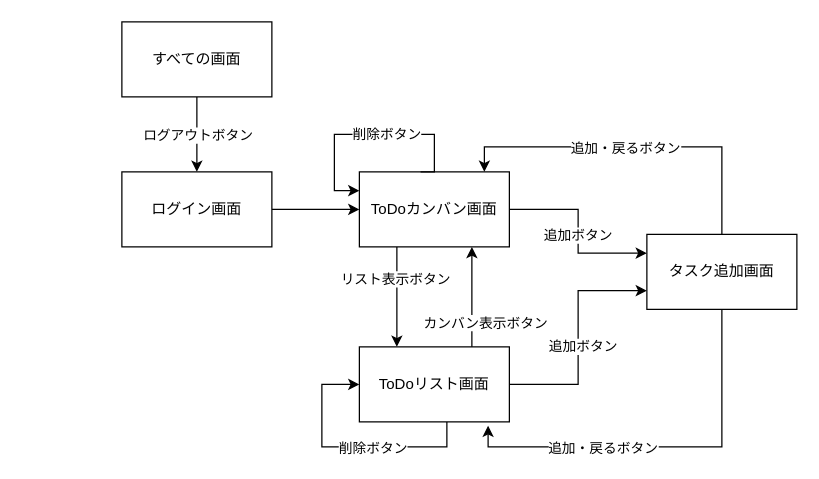
This is spec/0000_画面遷移/画面遷移図.drawio from sh1Nome/me-to-do, a draw.io file, before an edit. Source tidied: cells renumbered, new cells numbered last; positions are measured from the earlier drawing's top-left corner, leaving out a move shared by most shapes. Both pictures are drawn from the tidied source at 125%, with x=0, y=0 at pixel (121, 21).
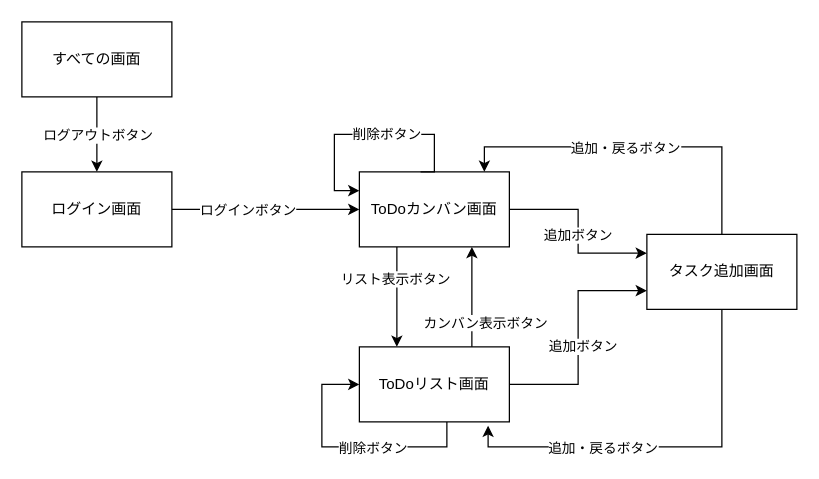
The same page after the edit.

Unchanged cells that the change refers to:
```xml
<mxCell id="2" style="edgeStyle=orthogonalEdgeStyle;rounded=0;jettySize=auto;html=1;entryX=0;entryY=0.5;entryDx=0;entryDy=0;" parent="1" edge="1" source="3" target="8">
  <mxGeometry relative="1" as="geometry" />
</mxCell>
```

Change to the diagram source:
```diff
@@
+    <mxCell id="26" value="ログインボタン" style="edgeLabel;html=1;align=center;verticalAlign=middle;" parent="2" vertex="1">
+      <mxGeometry x="-0.36" y="1" relative="1" as="geometry">
+        <mxPoint x="12" y="1" as="offset" />
+      </mxGeometry>
+    </mxCell>
     <mxCell id="3" value="ログイン画面" style="rounded=0;whiteSpace=wrap;html=1;" parent="1" vertex="1">
-      <mxGeometry y="120" width="120" height="60" as="geometry" />
+      <mxGeometry x="-80" y="120" width="120" height="60" as="geometry" />
     </mxCell>
@@
     <mxCell id="14" value="すべての画面" style="rounded=0;whiteSpace=wrap;html=1;" parent="1" vertex="1">
-      <mxGeometry width="120" height="60" as="geometry" />
+      <mxGeometry x="-80" width="120" height="60" as="geometry" />
     </mxCell>
```
